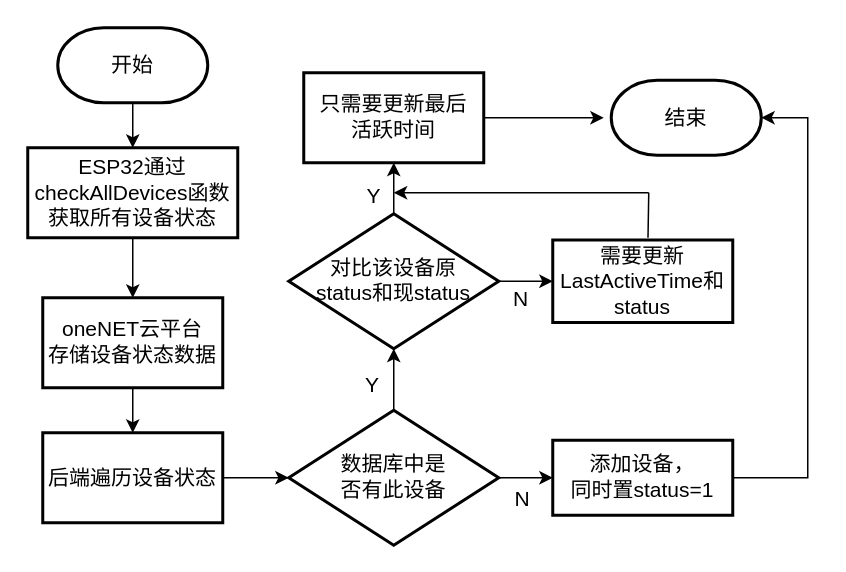
This is 设备管理.drawio from zhangruyi3906/img, a draw.io file, before an edit. Source tidied: cells renumbered, new cells numbered last; positions are measured from the earlier drawing's top-left corner, leaving out a move shared by most shapes. Both pictures are drawn from the tidied source at 150%, with x=0, y=0 at pixel (27, 27).
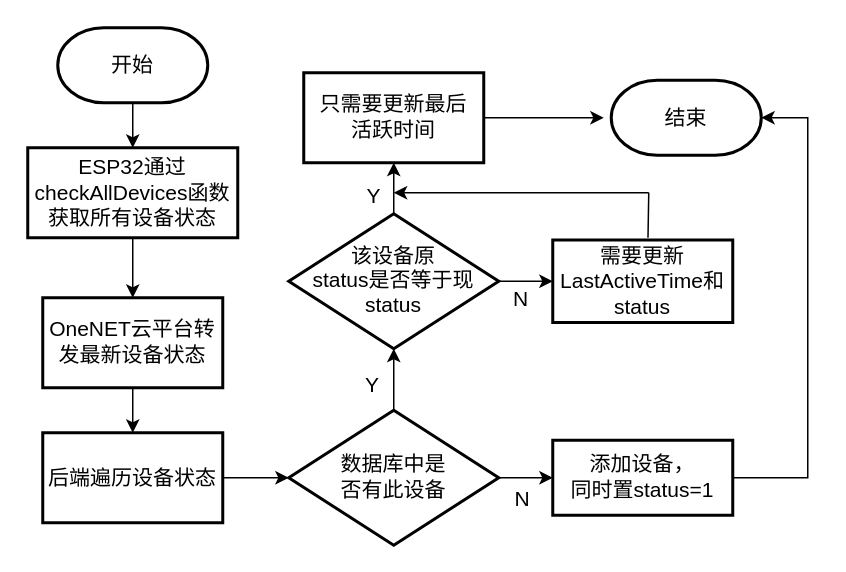
The same page after the edit.

Commit message:
更新设备管理.drawio

The edit, as a diff of the source:
```diff
@@
-    <mxCell id="7" value="&lt;div style=&quot;line-height: 30%;&quot;&gt;&lt;p class=&quot;MsoNormal&quot;&gt;&lt;font style=&quot;font-size: 14px;&quot; face=&quot;Helvetica&quot;&gt;&lt;font style=&quot;&quot;&gt;oneNET&lt;/font&gt;&lt;font style=&quot;&quot;&gt;云平台&lt;/font&gt;&lt;/font&gt;&lt;/p&gt;&lt;p class=&quot;MsoNormal&quot;&gt;&lt;font face=&quot;Helvetica&quot;&gt;&lt;font style=&quot;font-size: 14px;&quot;&gt;存储设备状态数据&lt;/font&gt;&lt;/font&gt;&lt;/p&gt;&lt;/div&gt;" style="whiteSpace=wrap;html=1;strokeWidth=2;" parent="1" vertex="1">
+    <mxCell id="7" value="&lt;div style=&quot;line-height: 30%;&quot;&gt;&lt;p class=&quot;MsoNormal&quot;&gt;&lt;span style=&quot;font-size: 14px; background-color: transparent; color: light-dark(rgb(0, 0, 0), rgb(255, 255, 255));&quot;&gt;OneNET云平台转&lt;/span&gt;&lt;/p&gt;&lt;p class=&quot;MsoNormal&quot;&gt;&lt;span style=&quot;font-size: 14px; background-color: transparent; color: light-dark(rgb(0, 0, 0), rgb(255, 255, 255));&quot;&gt;发&lt;/span&gt;&lt;span style=&quot;background-color: transparent; color: light-dark(rgb(0, 0, 0), rgb(255, 255, 255)); font-size: 14px;&quot;&gt;最新设备状态&lt;/span&gt;&lt;/p&gt;&lt;/div&gt;" style="whiteSpace=wrap;html=1;strokeWidth=2;" parent="1" vertex="1">
       <mxGeometry x="10" y="180" width="120" height="60" as="geometry" />
     </mxCell>
@@
-    <mxCell id="15" value="&lt;div style=&quot;line-height: 30%;&quot;&gt;&lt;p class=&quot;MsoNormal&quot;&gt;&lt;span style=&quot;background-color: transparent; color: light-dark(rgb(0, 0, 0), rgb(255, 255, 255));&quot;&gt;&lt;font style=&quot;font-size: 14px;&quot;&gt;对比该设备原&lt;/font&gt;&lt;/span&gt;&lt;/p&gt;&lt;p class=&quot;MsoNormal&quot;&gt;&lt;font style=&quot;font-size: 14px;&quot;&gt;&lt;span style=&quot;background-color: transparent; color: light-dark(rgb(0, 0, 0), rgb(255, 255, 255));&quot;&gt;status&lt;/span&gt;&lt;span style=&quot;background-color: transparent; color: light-dark(rgb(0, 0, 0), rgb(255, 255, 255));&quot;&gt;和现status&lt;/span&gt;&lt;/font&gt;&lt;/p&gt;&lt;/div&gt;" style="rhombus;whiteSpace=wrap;html=1;strokeWidth=2;" parent="1" vertex="1">
+    <mxCell id="15" value="&lt;div style=&quot;line-height: 30%;&quot;&gt;&lt;p class=&quot;MsoNormal&quot;&gt;&lt;span style=&quot;background-color: transparent; color: light-dark(rgb(0, 0, 0), rgb(255, 255, 255));&quot;&gt;&lt;font style=&quot;font-size: 14px;&quot;&gt;该设备原&lt;/font&gt;&lt;/span&gt;&lt;/p&gt;&lt;p class=&quot;MsoNormal&quot;&gt;&lt;font style=&quot;font-size: 14px;&quot;&gt;&lt;span style=&quot;background-color: transparent; color: light-dark(rgb(0, 0, 0), rgb(255, 255, 255));&quot;&gt;status是否等于&lt;/span&gt;&lt;span style=&quot;background-color: transparent; color: light-dark(rgb(0, 0, 0), rgb(255, 255, 255));&quot;&gt;现&lt;/span&gt;&lt;/font&gt;&lt;/p&gt;&lt;p class=&quot;MsoNormal&quot;&gt;&lt;font style=&quot;font-size: 14px;&quot;&gt;&lt;span style=&quot;background-color: transparent; color: light-dark(rgb(0, 0, 0), rgb(255, 255, 255));&quot;&gt;status&lt;/span&gt;&lt;/font&gt;&lt;/p&gt;&lt;/div&gt;" style="rhombus;whiteSpace=wrap;html=1;strokeWidth=2;" parent="1" vertex="1">
       <mxGeometry x="174" y="124" width="140" height="90" as="geometry" />
     </mxCell>
```
